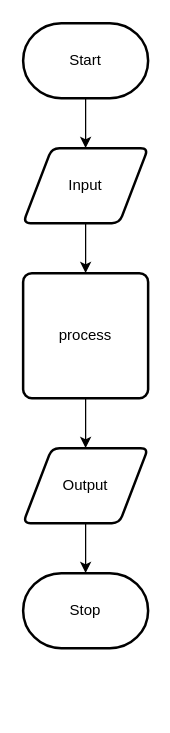
Earlier version of the draw.io diagram design/flow-chart.drawio (Ali-Mugamai/ICS20-6-04-JS). Source tidied: cells renumbered, new cells numbered last; positions are measured from the earlier drawing's top-left corner, leaving out a move shared by most shapes. Both pictures are drawn from the tidied source at 125%, with x=0, y=0 at pixel (22, 22).
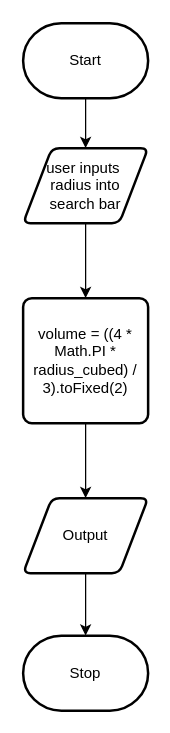
The same page after the edit.

Diff of the diagram source:
```diff
@@
 <mxGraphModel>
   <root>
     <mxCell id="0" />
     <mxCell id="1" parent="0" />
     <mxCell id="2" style="edgeStyle=none;html=1;" parent="1" edge="1" source="3" target="5">
       <mxGeometry relative="1" as="geometry" />
     </mxCell>
     <mxCell id="3" value="Start" style="strokeWidth=2;html=1;shape=mxgraph.flowchart.terminator;whiteSpace=wrap;" parent="1" vertex="1">
       <mxGeometry width="100" height="60" as="geometry" />
     </mxCell>
     <mxCell id="4" style="edgeStyle=none;html=1;" parent="1" edge="1" source="5" target="7">
       <mxGeometry relative="1" as="geometry" />
     </mxCell>
-    <mxCell id="5" value="Input" style="shape=parallelogram;html=1;strokeWidth=2;perimeter=parallelogramPerimeter;whiteSpace=wrap;rounded=1;arcSize=12;size=0.23;" parent="1" vertex="1">
+    <mxCell id="5" value="user inputs&amp;nbsp;&lt;br&gt;radius into &lt;br&gt;search bar" style="shape=parallelogram;html=1;strokeWidth=2;perimeter=parallelogramPerimeter;whiteSpace=wrap;rounded=1;arcSize=12;size=0.23;" parent="1" vertex="1">
       <mxGeometry y="100" width="100" height="60" as="geometry" />
     </mxCell>
     <mxCell id="6" style="edgeStyle=none;html=1;" parent="1" edge="1" source="7" target="9">
       <mxGeometry relative="1" as="geometry" />
     </mxCell>
-    <mxCell id="7" value="process" style="rounded=1;whiteSpace=wrap;html=1;absoluteArcSize=1;arcSize=14;strokeWidth=2;" parent="1" vertex="1">
-      <mxGeometry y="200" width="100" height="100" as="geometry" />
+    <mxCell id="7" value="volume = ((4 * Math.PI * radius_cubed) / 3).toFixed(2)" style="rounded=1;whiteSpace=wrap;html=1;absoluteArcSize=1;arcSize=14;strokeWidth=2;" parent="1" vertex="1">
+      <mxGeometry y="220" width="100" height="100" as="geometry" />
     </mxCell>
     <mxCell id="8" style="edgeStyle=none;html=1;" parent="1" edge="1" source="9" target="10">
       <mxGeometry relative="1" as="geometry" />
     </mxCell>
     <mxCell id="9" value="Output" style="shape=parallelogram;html=1;strokeWidth=2;perimeter=parallelogramPerimeter;whiteSpace=wrap;rounded=1;arcSize=12;size=0.23;" parent="1" vertex="1">
-      <mxGeometry y="340" width="100" height="60" as="geometry" />
+      <mxGeometry y="380" width="100" height="60" as="geometry" />
     </mxCell>
     <mxCell id="10" value="Stop" style="strokeWidth=2;html=1;shape=mxgraph.flowchart.terminator;whiteSpace=wrap;" parent="1" vertex="1">
-      <mxGeometry y="440" width="100" height="60" as="geometry" />
+      <mxGeometry y="490" width="100" height="60" as="geometry" />
     </mxCell>
   </root>
 </mxGraphModel>
```
